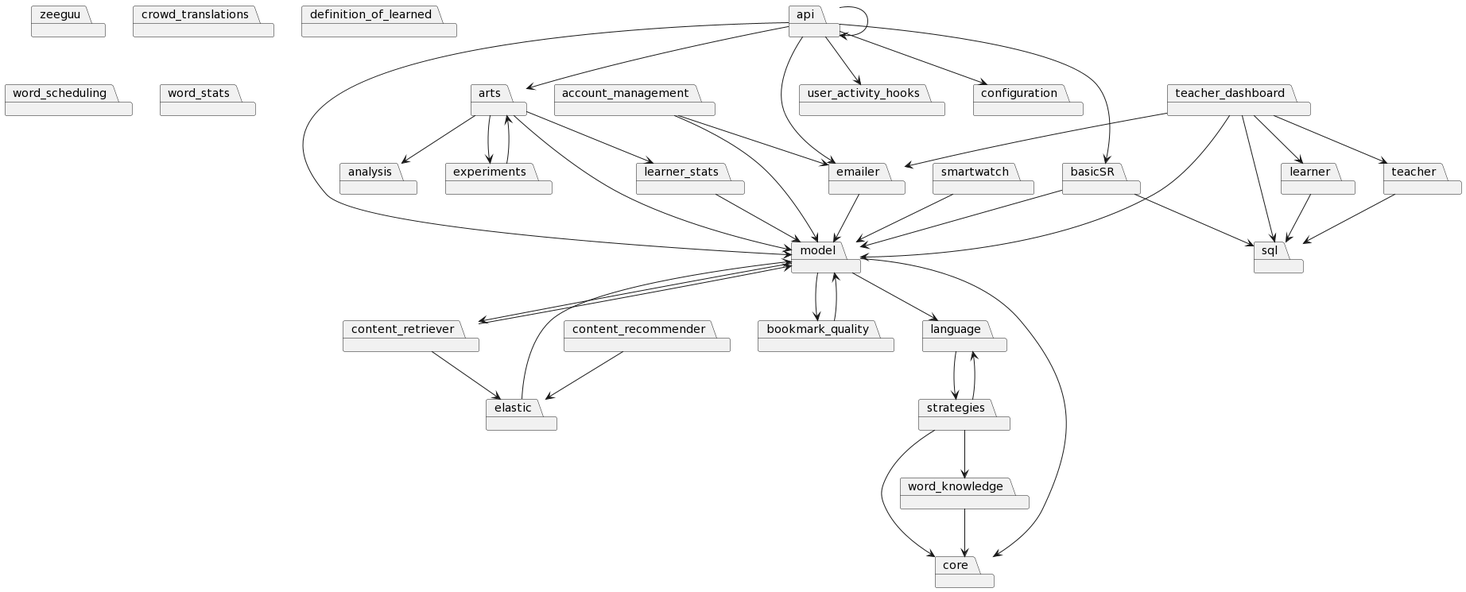
Before: diagrams/Zeeguu_Diagram.png, a diagram exported from PlantUML (Perlten/Architectural-Lens). The source it was exported from:
```plantuml
@startuml
package zeeguu
package api
package core
package api
package account_management
package bookmark_quality
package configuration
package content_recommender
package content_retriever
package crowd_translations
package definition_of_learned
package elastic
package emailer
package language
package model
package sql
package user_activity_hooks
package word_scheduling
package word_stats
package teacher_dashboard
package strategies
package learner_stats
package smartwatch
package word_knowledge
package learner
package teacher
package arts
package basicSR
package analysis
package experiments
api-->configuration
api-->basicSR
api-->api
api-->model
api-->emailer
api-->user_activity_hooks
api-->arts
account_management-->model
account_management-->emailer
bookmark_quality-->model
content_recommender-->elastic
content_retriever-->model
content_retriever-->elastic
elastic-->model
emailer-->model
language-->strategies
model-->core
model-->language
model-->content_retriever
model-->bookmark_quality
teacher_dashboard-->model
teacher_dashboard-->emailer
teacher_dashboard-->teacher
teacher_dashboard-->sql
teacher_dashboard-->learner
strategies-->core
strategies-->word_knowledge
strategies-->language
learner_stats-->model
smartwatch-->model
word_knowledge-->core
learner-->sql
teacher-->sql
arts-->model
arts-->experiments
arts-->analysis
arts-->learner_stats
basicSR-->model
basicSR-->sql
experiments-->arts
@enduml
```
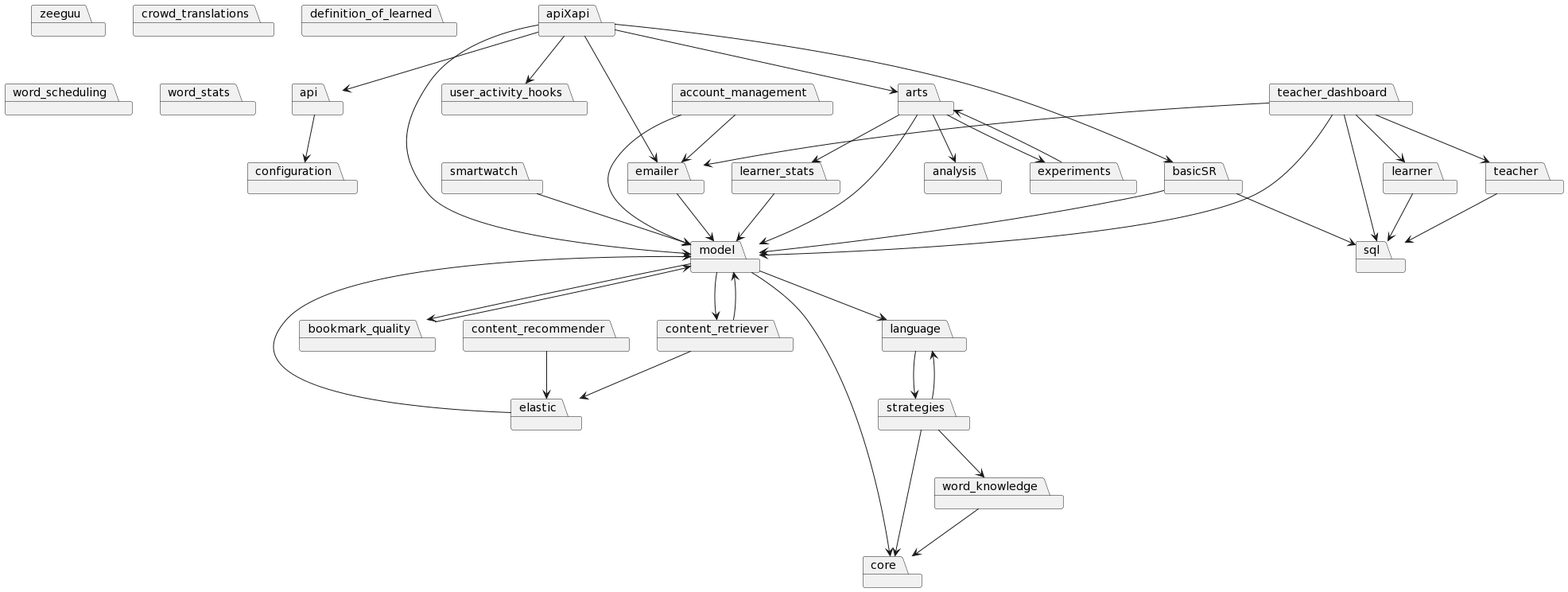
After the change.

What changed in the source:
```diff
@@ -2,7 +2,7 @@
 package zeeguu
 package api
 package core
-package api
+package apiXapi
 package account_management
 package bookmark_quality
 package configuration
@@ -30,30 +30,30 @@
 package analysis
 package experiments
 api-->configuration
-api-->basicSR
-api-->api
-api-->model
-api-->emailer
-api-->user_activity_hooks
-api-->arts
+apiXapi-->api
+apiXapi-->basicSR
+apiXapi-->arts
+apiXapi-->user_activity_hooks
+apiXapi-->model
+apiXapi-->emailer
+account_management-->emailer
 account_management-->model
-account_management-->emailer
 bookmark_quality-->model
 content_recommender-->elastic
+content_retriever-->elastic
 content_retriever-->model
-content_retriever-->elastic
 elastic-->model
 emailer-->model
 language-->strategies
+model-->language
 model-->core
-model-->language
 model-->content_retriever
 model-->bookmark_quality
+teacher_dashboard-->teacher
 teacher_dashboard-->model
+teacher_dashboard-->learner
 teacher_dashboard-->emailer
-teacher_dashboard-->teacher
 teacher_dashboard-->sql
-teacher_dashboard-->learner
 strategies-->core
 strategies-->word_knowledge
 strategies-->language
@@ -62,11 +62,11 @@
 word_knowledge-->core
 learner-->sql
 teacher-->sql
+arts-->experiments
+arts-->learner_stats
 arts-->model
-arts-->experiments
 arts-->analysis
-arts-->learner_stats
+basicSR-->sql
 basicSR-->model
-basicSR-->sql
 experiments-->arts
 @enduml
```
